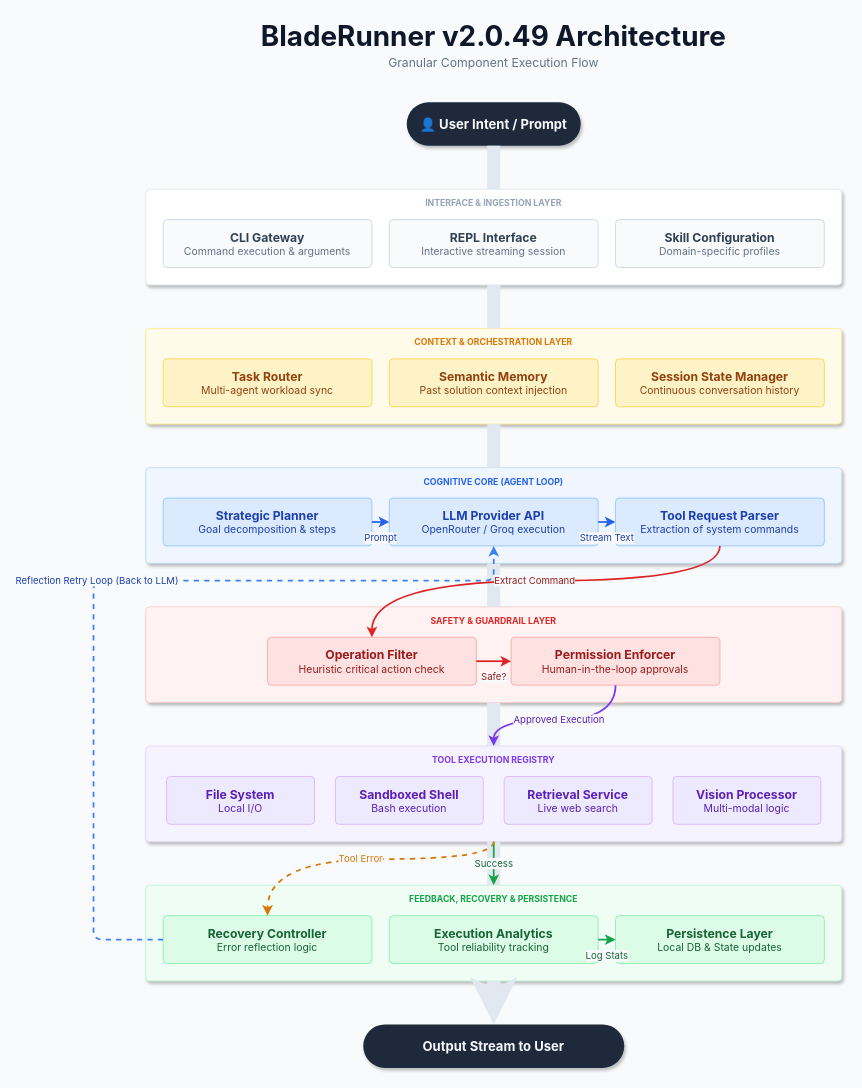
mann-127/BladeRunner keeps this draw.io diagram as docs/ARCHITECTURE.drawio. Above is the earlier version. Source tidied: cells renumbered, new cells numbered last; positions are measured from the earlier drawing's top-left corner, leaving out a move shared by most shapes. Both pictures are drawn from the tidied source at 87%, with x=0, y=0 at pixel (93, 15).
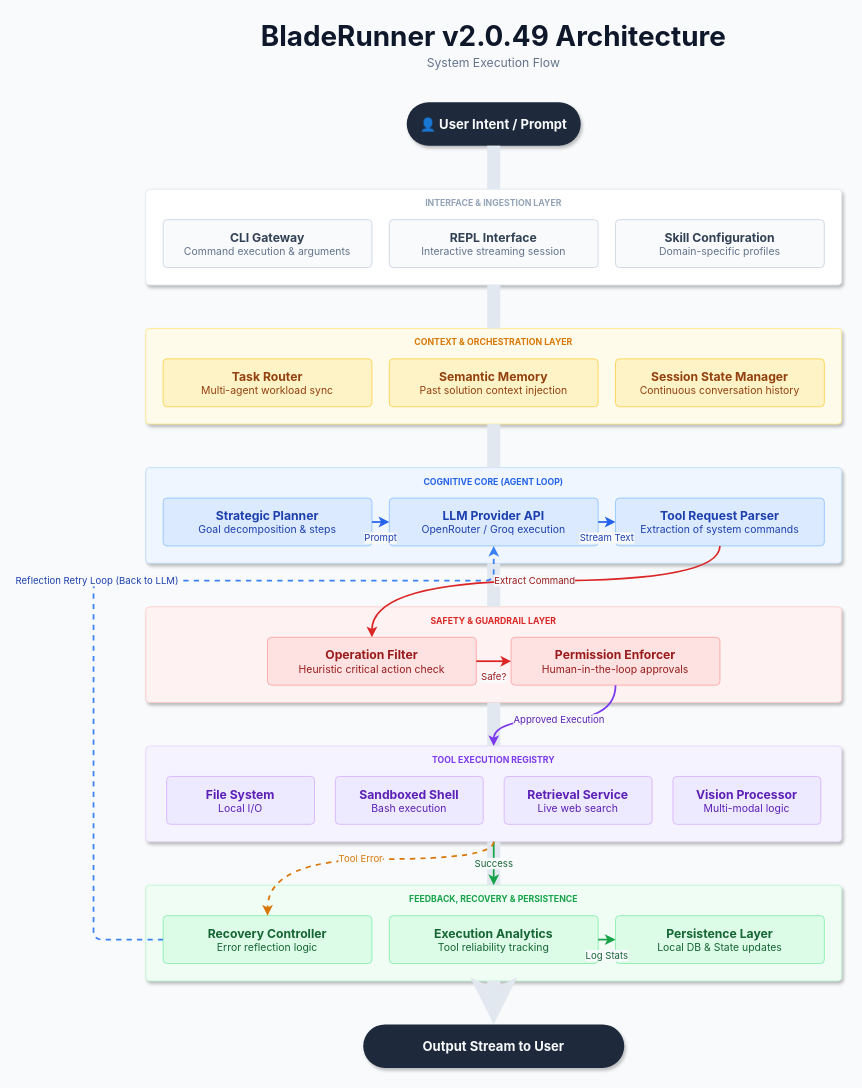
The same page after the edit.

The edit, as a diff of the source:
```diff
@@
-    <mxCell id="3" value="Granular Component Execution Flow" style="text;html=1;align=center;verticalAlign=middle;whiteSpace=wrap;rounded=0;fontSize=14;fillColor=none;fontColor=#64748B;fontFamily=Inter, sans-serif;letterSpacing=1;" parent="1" vertex="1">
+    <mxCell id="3" value="System Execution Flow" style="text;html=1;align=center;verticalAlign=middle;whiteSpace=wrap;rounded=0;fontSize=14;fillColor=none;fontColor=#64748B;fontFamily=Inter, sans-serif;letterSpacing=1;" parent="1" vertex="1">
       <mxGeometry x="60" y="40" width="800" height="30" as="geometry" />
     </mxCell>
```
